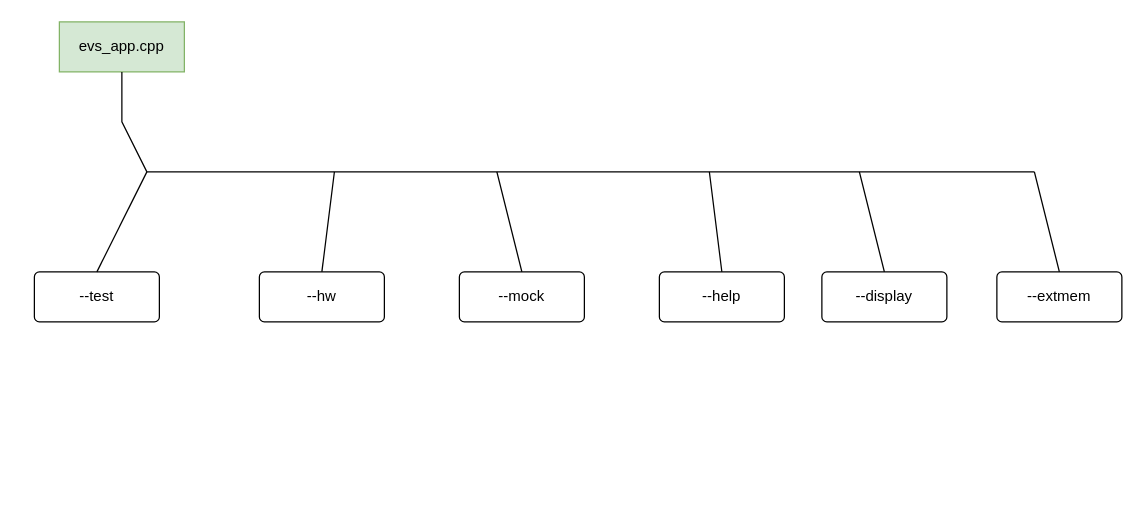
This is EVS_APP.drawio from SurajYenage46/EVS_APP, a draw.io file, before an edit. Source tidied: cells renumbered, new cells numbered last; positions are measured from the earlier drawing's top-left corner, leaving out a move shared by most shapes. Both pictures are drawn from the tidied source at 125%, with x=0, y=0 at pixel (34, 21).
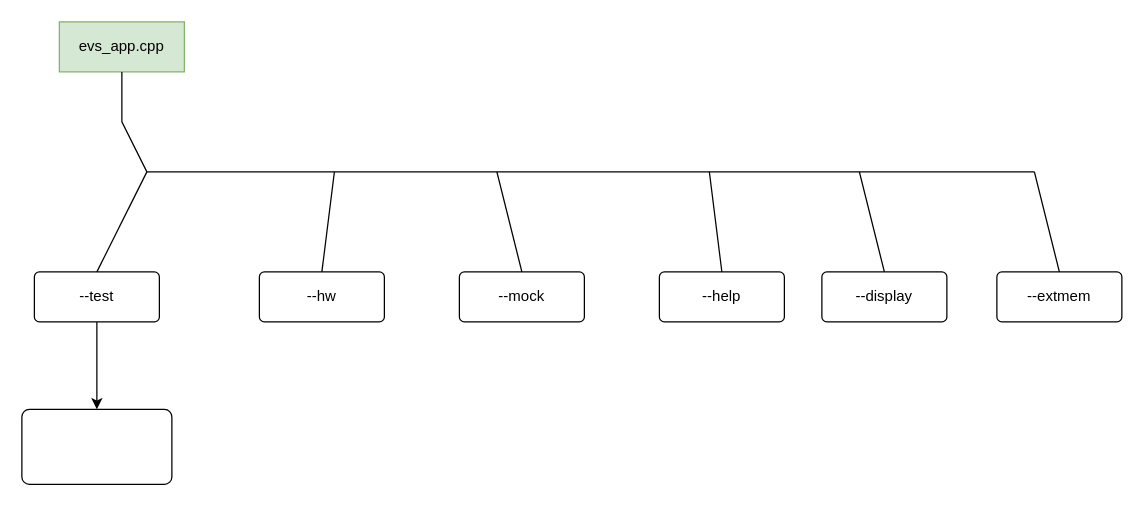
Above is the later version.

Unchanged cells that the change refers to:
```xml
<mxCell id="3" value="--test" style="rounded=1;arcSize=10;whiteSpace=wrap;html=1;align=center;" parent="1" vertex="1">
  <mxGeometry y="200" width="100" height="40" as="geometry" />
</mxCell>
```

The edit, as a diff of the source:
```diff
@@
+    <mxCell id="17" style="edgeStyle=orthogonalEdgeStyle;rounded=0;jettySize=auto;html=1;" parent="1" edge="1" source="3" target="18">
+      <mxGeometry relative="1" as="geometry" />
+    </mxCell>
@@
+    <mxCell id="18" style="rounded=1;whiteSpace=wrap;html=1;arcSize=10;" parent="1" vertex="1">
+      <mxGeometry x="-10" y="310" width="120" height="60" as="geometry" />
+    </mxCell>
```
